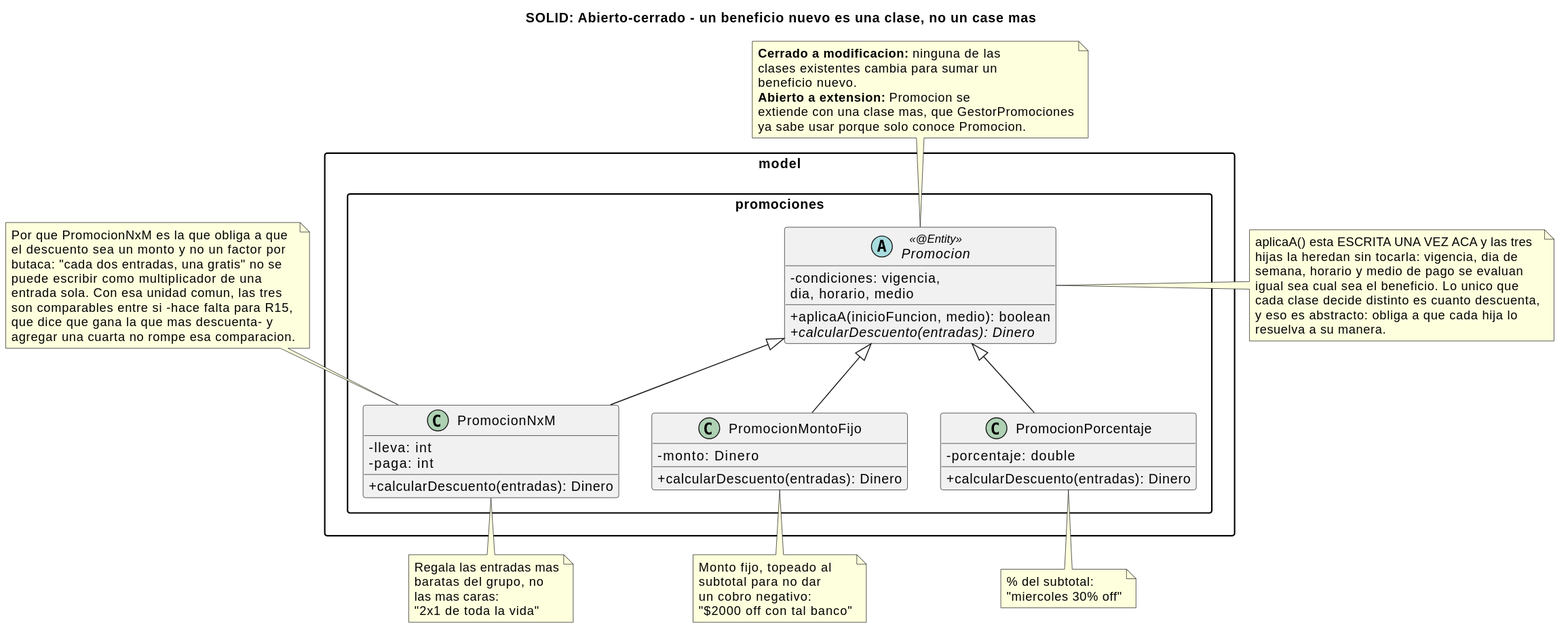
The PlantUML diagram _other/docs/diagramas/solid-ocp.svg in andreiveisuade/cine-uade, before a commit. Its diagram source:
```plantuml
@startuml
title SOLID: Abierto-cerrado - un beneficio nuevo es una clase, no un case mas

skinparam classAttributeIconSize 0
skinparam packageStyle rectangle
hide empty members


package "model.promociones" {
  abstract class Promocion <<@Entity>> {
    -condiciones: vigencia,\ndia, horario, medio
    +aplicaA(inicioFuncion, medio): boolean
    {abstract} +calcularDescuento(entradas): Dinero
  }

  class PromocionPorcentaje {
    -porcentaje: double
    +calcularDescuento(entradas): Dinero
  }
  class PromocionMontoFijo {
    -monto: Dinero
    +calcularDescuento(entradas): Dinero
  }
  class PromocionNxM {
    -lleva: int
    -paga: int
    +calcularDescuento(entradas): Dinero
  }
}

PromocionPorcentaje -up-|> Promocion
PromocionMontoFijo -up-|> Promocion
PromocionNxM -up-|> Promocion

note right of Promocion
  aplicaA() esta ESCRITA UNA VEZ ACA y las tres
  hijas la heredan sin tocarla: vigencia, dia de
  semana, horario y medio de pago se evaluan
  igual sea cual sea el beneficio. Lo unico que
  cada clase decide distinto es cuanto descuenta,
  y eso es abstracto: obliga a que cada hija lo
  resuelva a su manera.
end note

note bottom of PromocionPorcentaje
  % del subtotal:
  "miercoles 30% off"
end note
note bottom of PromocionMontoFijo
  Monto fijo, topeado al
  subtotal para no dar
  un cobro negativo:
  "$2000 off con tal banco"
end note
note bottom of PromocionNxM
  Regala las entradas mas
  baratas del grupo, no
  las mas caras:
  "2x1 de toda la vida"
end note

note as N1
  Por que PromocionNxM es la que obliga a que
  el descuento sea un monto y no un factor por
  butaca: "cada dos entradas, una gratis" no se
  puede escribir como multiplicador de una
  entrada sola. Con esa unidad comun, las tres
  son comparables entre si -hace falta para R15,
  que dice que gana la que mas descuenta- y
  agregar una cuarta no rompe esa comparacion.
end note
N1 .. PromocionNxM

note as N2
  **Cerrado a modificacion:** ninguna de las
  clases existentes cambia para sumar un
  beneficio nuevo.
  **Abierto a extension:** Promocion se
  extiende con una clase mas, que GestorPromociones
  ya sabe usar porque solo conoce Promocion.
end note
N2 .. Promocion
@enduml
```
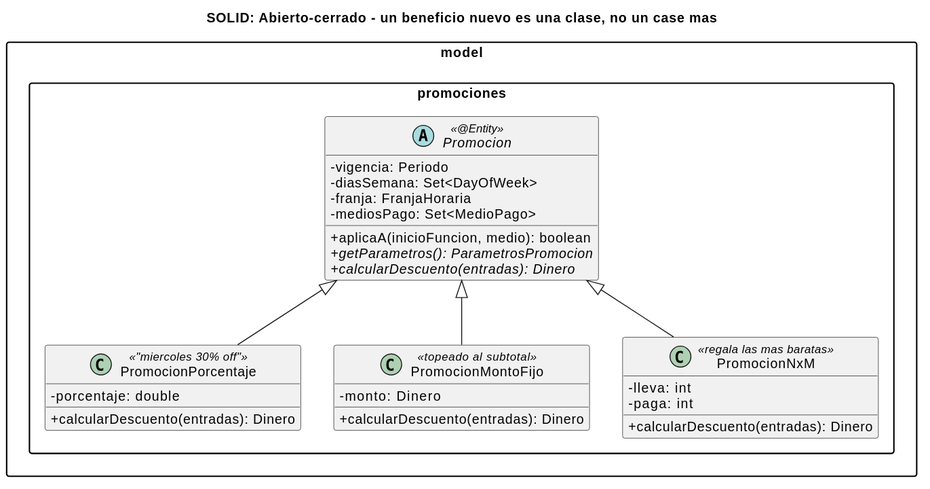
After the change.

Diff of the diagram source:
```diff
@@ -8,20 +8,24 @@
 
 package "model.promociones" {
   abstract class Promocion <<@Entity>> {
-    -condiciones: vigencia,\ndia, horario, medio
+    -vigencia: Periodo
+    -diasSemana: Set<DayOfWeek>
+    -franja: FranjaHoraria
+    -mediosPago: Set<MedioPago>
     +aplicaA(inicioFuncion, medio): boolean
+    {abstract} +getParametros(): ParametrosPromocion
     {abstract} +calcularDescuento(entradas): Dinero
   }
 
-  class PromocionPorcentaje {
+  class PromocionPorcentaje <<"miercoles 30% off">> {
     -porcentaje: double
     +calcularDescuento(entradas): Dinero
   }
-  class PromocionMontoFijo {
+  class PromocionMontoFijo <<topeado al subtotal>> {
     -monto: Dinero
     +calcularDescuento(entradas): Dinero
   }
-  class PromocionNxM {
+  class PromocionNxM <<regala las mas baratas>> {
     -lleva: int
     -paga: int
     +calcularDescuento(entradas): Dinero
@@ -31,53 +35,4 @@
 PromocionPorcentaje -up-|> Promocion
 PromocionMontoFijo -up-|> Promocion
 PromocionNxM -up-|> Promocion
-
-note right of Promocion
-  aplicaA() esta ESCRITA UNA VEZ ACA y las tres
-  hijas la heredan sin tocarla: vigencia, dia de
-  semana, horario y medio de pago se evaluan
-  igual sea cual sea el beneficio. Lo unico que
-  cada clase decide distinto es cuanto descuenta,
-  y eso es abstracto: obliga a que cada hija lo
-  resuelva a su manera.
-end note
-
-note bottom of PromocionPorcentaje
-  % del subtotal:
-  "miercoles 30% off"
-end note
-note bottom of PromocionMontoFijo
-  Monto fijo, topeado al
-  subtotal para no dar
-  un cobro negativo:
-  "$2000 off con tal banco"
-end note
-note bottom of PromocionNxM
-  Regala las entradas mas
-  baratas del grupo, no
-  las mas caras:
-  "2x1 de toda la vida"
-end note
-
-note as N1
-  Por que PromocionNxM es la que obliga a que
-  el descuento sea un monto y no un factor por
-  butaca: "cada dos entradas, una gratis" no se
-  puede escribir como multiplicador de una
-  entrada sola. Con esa unidad comun, las tres
-  son comparables entre si -hace falta para R15,
-  que dice que gana la que mas descuenta- y
-  agregar una cuarta no rompe esa comparacion.
-end note
-N1 .. PromocionNxM
-
-note as N2
-  **Cerrado a modificacion:** ninguna de las
-  clases existentes cambia para sumar un
-  beneficio nuevo.
-  **Abierto a extension:** Promocion se
-  extiende con una clase mas, que GestorPromociones
-  ya sabe usar porque solo conoce Promocion.
-end note
-N2 .. Promocion
 @enduml
```
